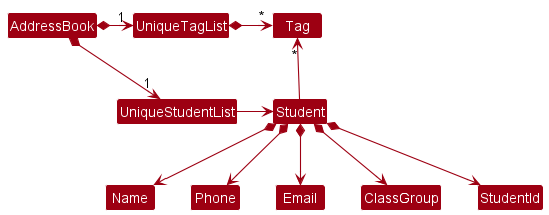
Earlier version of the PlantUML export docs/images/BetterModelClassDiagram.png (nus-cs2103-AY2223S1/tp).
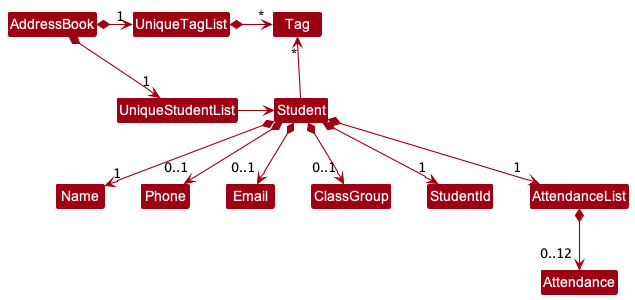
Above is the later version.

The edit, as a diff of the source:
```diff
@@ -14,9 +14,11 @@
 
 Student -up-> "*" Tag
 
-Student *--> Name
-Student *--> Phone
-Student *--> Email
-Student *--> ClassGroup
-Student *--> StudentId
+Student *--> "1" Name
+Student *--> "0..1" Phone
+Student *--> "0..1" Email
+Student *--> "0..1"ClassGroup
+Student *--> "1" StudentId
+Student *--> "1" AttendanceList
+AttendanceList *--> "0..12" Attendance
 @enduml
```
